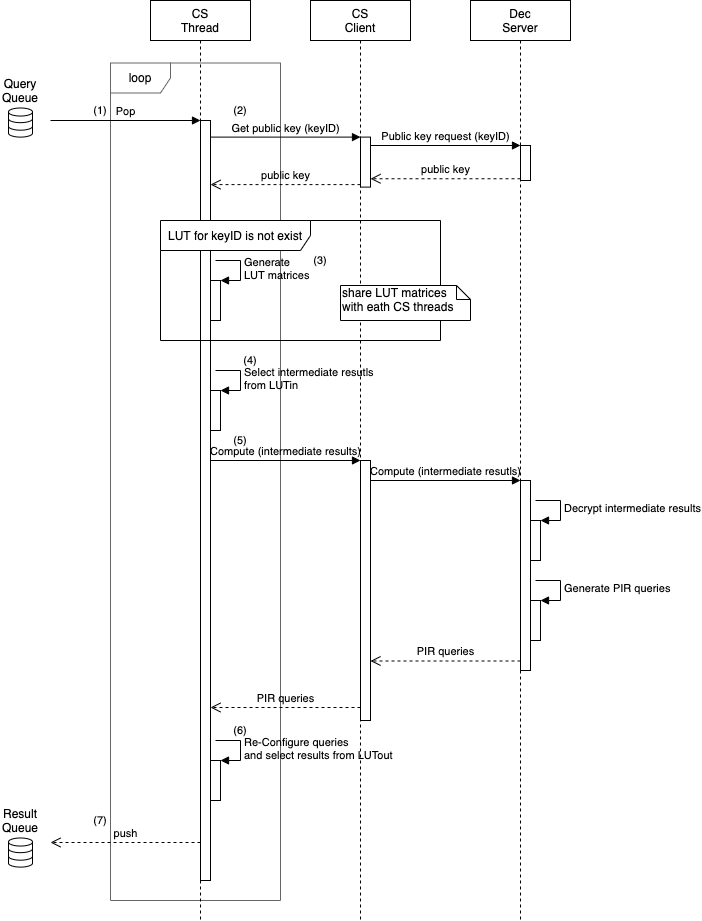
iihiro/FHE-Table-Search keeps this draw.io diagram as doc/spec-ja/source/images/fhetbl_design-seq-cs-02.png. Above is the earlier version. Source tidied: cells renumbered, new cells last; positions are measured from the earlier drawing's top-left corner, leaving out a move shared by most shapes. The source it was exported from:
```xml
<mxGraphModel>
  <root>
    <mxCell id="0" />
    <mxCell id="1" parent="0" />
    <mxCell id="2" value="loop" style="shape=umlFrame;whiteSpace=wrap;html=1;strokeColor=#666666;strokeWidth=1;fillColor=none;" parent="1" vertex="1">
      <mxGeometry x="110" y="62.5" width="170" height="837.5" as="geometry" />
    </mxCell>
    <mxCell id="3" value="CS&lt;br&gt;Thread" style="shape=umlLifeline;perimeter=lifelinePerimeter;whiteSpace=wrap;html=1;" parent="1" vertex="1">
      <mxGeometry x="150" width="100" height="920" as="geometry" />
    </mxCell>
    <mxCell id="4" value="CS&lt;br&gt;Client" style="shape=umlLifeline;perimeter=lifelinePerimeter;whiteSpace=wrap;html=1;" parent="1" vertex="1">
      <mxGeometry x="310" width="100" height="920" as="geometry" />
    </mxCell>
    <mxCell id="5" style="html=1;points=[];perimeter=orthogonalPerimeter;strokeColor=#000000;strokeWidth=1;" parent="4" vertex="1">
      <mxGeometry x="50" y="136.6" width="10" height="50" as="geometry" />
    </mxCell>
    <mxCell id="6" value="Dec&lt;br&gt;Server" style="shape=umlLifeline;perimeter=lifelinePerimeter;whiteSpace=wrap;html=1;" parent="1" vertex="1">
      <mxGeometry x="470" width="100" height="920" as="geometry" />
    </mxCell>
    <mxCell id="7" style="html=1;points=[];perimeter=orthogonalPerimeter;" parent="6" vertex="1">
      <mxGeometry x="50" y="480" width="10" height="190" as="geometry" />
    </mxCell>
    <mxCell id="8" style="html=1;points=[];perimeter=orthogonalPerimeter;" parent="1" vertex="1">
      <mxGeometry x="200" y="120" width="10" height="760" as="geometry" />
    </mxCell>
    <mxCell id="9" value="Pop" style="html=1;verticalAlign=bottom;endArrow=block;entryX=0;entryY=0;labelBackgroundColor=none;" parent="1" edge="1" target="8">
      <mxGeometry relative="1" as="geometry">
        <mxPoint x="50" y="120" as="sourcePoint" />
      </mxGeometry>
    </mxCell>
    <mxCell id="10" value="push" style="html=1;verticalAlign=bottom;endArrow=open;dashed=1;endSize=8;exitX=0;exitY=0.95;labelBackgroundColor=none;" parent="1" edge="1" source="8">
      <mxGeometry relative="1" as="geometry">
        <mxPoint x="50" y="842" as="targetPoint" />
      </mxGeometry>
    </mxCell>
    <mxCell id="11" style="html=1;points=[];perimeter=orthogonalPerimeter;" parent="1" vertex="1">
      <mxGeometry x="520" y="145" width="10" height="35" as="geometry" />
    </mxCell>
    <mxCell id="12" value="Public key request (keyID)" style="html=1;verticalAlign=bottom;endArrow=block;entryX=0;entryY=0;labelBackgroundColor=none;" parent="1" edge="1" source="5" target="11">
      <mxGeometry relative="1" as="geometry" />
    </mxCell>
    <mxCell id="13" value="public key" style="html=1;verticalAlign=bottom;endArrow=open;dashed=1;endSize=8;exitX=0;exitY=0.95;labelBackgroundColor=none;" parent="1" edge="1" source="11" target="5">
      <mxGeometry relative="1" as="geometry" />
    </mxCell>
    <mxCell id="14" value="LUT for keyID is not exist" style="shape=umlFrame;whiteSpace=wrap;html=1;width=150;height=30;" parent="1" vertex="1">
      <mxGeometry x="160" y="220" width="280" height="120" as="geometry" />
    </mxCell>
    <mxCell id="15" style="html=1;points=[];perimeter=orthogonalPerimeter;" parent="1" vertex="1">
      <mxGeometry x="210" y="280" width="10" height="40" as="geometry" />
    </mxCell>
    <mxCell id="16" value="Generate&lt;br&gt;LUT matrices" style="edgeStyle=orthogonalEdgeStyle;html=1;align=left;spacingLeft=2;endArrow=block;rounded=0;entryX=1;entryY=0;labelBackgroundColor=none;" parent="1" edge="1" target="15">
      <mxGeometry relative="1" as="geometry">
        <mxPoint x="215" y="260" as="sourcePoint" />
        <Array as="points">
          <mxPoint x="240" y="260" />
        </Array>
      </mxGeometry>
    </mxCell>
    <mxCell id="17" style="html=1;points=[];perimeter=orthogonalPerimeter;" parent="1" vertex="1">
      <mxGeometry x="210" y="390" width="10" height="40" as="geometry" />
    </mxCell>
    <mxCell id="18" value="Select intermediate resutls&lt;br&gt;from LUTin" style="edgeStyle=orthogonalEdgeStyle;html=1;align=left;spacingLeft=2;endArrow=block;rounded=0;entryX=1;entryY=0;labelBackgroundColor=none;" parent="1" edge="1" target="17">
      <mxGeometry relative="1" as="geometry">
        <mxPoint x="215" y="370" as="sourcePoint" />
        <Array as="points">
          <mxPoint x="240" y="370" />
        </Array>
      </mxGeometry>
    </mxCell>
    <mxCell id="19" style="html=1;points=[];perimeter=orthogonalPerimeter;" parent="1" vertex="1">
      <mxGeometry x="360" y="460" width="10" height="260" as="geometry" />
    </mxCell>
    <mxCell id="20" value="Compute (intermediate results)" style="html=1;verticalAlign=bottom;endArrow=block;entryX=0;entryY=0;labelBackgroundColor=none;" parent="1" edge="1" source="8" target="19">
      <mxGeometry relative="1" as="geometry" />
    </mxCell>
    <mxCell id="21" value="PIR queries" style="html=1;verticalAlign=bottom;endArrow=open;dashed=1;endSize=8;exitX=0;exitY=0.95;labelBackgroundColor=none;" parent="1" edge="1" source="19" target="8">
      <mxGeometry relative="1" as="geometry" />
    </mxCell>
    <mxCell id="22" value="Compute (intermediate resutls)" style="html=1;verticalAlign=bottom;endArrow=block;entryX=0;entryY=0;labelBackgroundColor=none;" parent="1" edge="1" source="19" target="7">
      <mxGeometry relative="1" as="geometry" />
    </mxCell>
    <mxCell id="23" style="html=1;points=[];perimeter=orthogonalPerimeter;" parent="1" vertex="1">
      <mxGeometry x="530" y="520" width="10" height="40" as="geometry" />
    </mxCell>
    <mxCell id="24" value="Decrypt intermediate results" style="edgeStyle=orthogonalEdgeStyle;html=1;align=left;spacingLeft=2;endArrow=block;rounded=0;entryX=1;entryY=0;labelBackgroundColor=none;" parent="1" edge="1" target="23">
      <mxGeometry relative="1" as="geometry">
        <mxPoint x="535" y="500" as="sourcePoint" />
        <Array as="points">
          <mxPoint x="560" y="500" />
        </Array>
      </mxGeometry>
    </mxCell>
    <mxCell id="25" style="html=1;points=[];perimeter=orthogonalPerimeter;" parent="1" vertex="1">
      <mxGeometry x="530" y="600" width="10" height="40" as="geometry" />
    </mxCell>
    <mxCell id="26" value="Generate PIR queries" style="edgeStyle=orthogonalEdgeStyle;html=1;align=left;spacingLeft=2;endArrow=block;rounded=0;entryX=1;entryY=0;labelBackgroundColor=none;" parent="1" edge="1" target="25">
      <mxGeometry relative="1" as="geometry">
        <mxPoint x="535" y="580" as="sourcePoint" />
        <Array as="points">
          <mxPoint x="560" y="580" />
        </Array>
      </mxGeometry>
    </mxCell>
    <mxCell id="27" value="PIR queries" style="html=1;verticalAlign=bottom;endArrow=open;dashed=1;endSize=8;exitX=0;exitY=0.95;labelBackgroundColor=none;" parent="1" edge="1" source="7" target="19">
      <mxGeometry relative="1" as="geometry" />
    </mxCell>
    <mxCell id="28" style="html=1;points=[];perimeter=orthogonalPerimeter;" parent="1" vertex="1">
      <mxGeometry x="210" y="760" width="10" height="40" as="geometry" />
    </mxCell>
    <mxCell id="29" value="Re-Configure queries&lt;br&gt;and select results from LUTout" style="edgeStyle=orthogonalEdgeStyle;html=1;align=left;spacingLeft=2;endArrow=block;rounded=0;entryX=1;entryY=0;labelBackgroundColor=none;" parent="1" edge="1" target="28">
      <mxGeometry relative="1" as="geometry">
        <mxPoint x="215" y="740" as="sourcePoint" />
        <Array as="points">
          <mxPoint x="240" y="740" />
        </Array>
      </mxGeometry>
    </mxCell>
    <mxCell id="30" style="html=1;verticalLabelPosition=bottom;align=center;labelBackgroundColor=#ffffff;verticalAlign=top;strokeWidth=1;strokeColor=#000000;shadow=0;dashed=0;shape=mxgraph.ios7.icons.data;" parent="1" vertex="1">
      <mxGeometry x="8" y="107.5" width="24" height="29.1" as="geometry" />
    </mxCell>
    <mxCell id="31" value="Query Queue" style="text;html=1;strokeColor=none;fillColor=none;align=center;verticalAlign=middle;whiteSpace=wrap;rounded=0;" parent="1" vertex="1">
      <mxGeometry y="80" width="40" height="20" as="geometry" />
    </mxCell>
    <mxCell id="32" value="public key" style="html=1;verticalAlign=bottom;endArrow=open;dashed=1;endSize=8;exitX=0;exitY=0.95;labelBackgroundColor=none;" parent="1" edge="1" source="5" target="8">
      <mxGeometry relative="1" as="geometry" />
    </mxCell>
    <mxCell id="33" value="Get public key (keyID)" style="html=1;verticalAlign=bottom;endArrow=block;entryX=0;entryY=0;labelBackgroundColor=none;" parent="1" edge="1" source="8" target="5">
      <mxGeometry relative="1" as="geometry" />
    </mxCell>
    <mxCell id="34" value="share LUT matrices with eath CS threads" style="shape=note;whiteSpace=wrap;html=1;size=14;verticalAlign=top;align=left;spacingTop=-6;strokeColor=#000000;strokeWidth=1;" parent="1" vertex="1">
      <mxGeometry x="340" y="285" width="130" height="35" as="geometry" />
    </mxCell>
    <mxCell id="35" style="html=1;verticalLabelPosition=bottom;align=center;labelBackgroundColor=#ffffff;verticalAlign=top;strokeWidth=1;strokeColor=#000000;shadow=0;dashed=0;shape=mxgraph.ios7.icons.data;" parent="1" vertex="1">
      <mxGeometry x="8" y="837.5" width="24" height="29.1" as="geometry" />
    </mxCell>
    <mxCell id="36" value="Result Queue" style="text;html=1;strokeColor=none;fillColor=none;align=center;verticalAlign=middle;whiteSpace=wrap;rounded=0;" parent="1" vertex="1">
      <mxGeometry y="810" width="40" height="20" as="geometry" />
    </mxCell>
    <mxCell id="37" value="(1)" style="text;html=1;strokeColor=none;fillColor=none;align=center;verticalAlign=middle;whiteSpace=wrap;rounded=0;fontSize=11;" parent="1" vertex="1">
      <mxGeometry x="80" y="100" width="40" height="20" as="geometry" />
    </mxCell>
    <mxCell id="38" value="(2)" style="text;html=1;strokeColor=none;fillColor=none;align=center;verticalAlign=middle;whiteSpace=wrap;rounded=0;fontSize=11;" parent="1" vertex="1">
      <mxGeometry x="220" y="100" width="40" height="20" as="geometry" />
    </mxCell>
    <mxCell id="39" value="(3)" style="text;html=1;strokeColor=none;fillColor=none;align=center;verticalAlign=middle;whiteSpace=wrap;rounded=0;fontSize=11;" parent="1" vertex="1">
      <mxGeometry x="300" y="250" width="40" height="20" as="geometry" />
    </mxCell>
    <mxCell id="40" value="(4)" style="text;html=1;strokeColor=none;fillColor=none;align=center;verticalAlign=middle;whiteSpace=wrap;rounded=0;fontSize=11;" parent="1" vertex="1">
      <mxGeometry x="230" y="350" width="40" height="20" as="geometry" />
    </mxCell>
    <mxCell id="41" value="(5)" style="text;html=1;strokeColor=none;fillColor=none;align=center;verticalAlign=middle;whiteSpace=wrap;rounded=0;fontSize=11;" parent="1" vertex="1">
      <mxGeometry x="220" y="430" width="40" height="20" as="geometry" />
    </mxCell>
    <mxCell id="42" value="(6)" style="text;html=1;strokeColor=none;fillColor=none;align=center;verticalAlign=middle;whiteSpace=wrap;rounded=0;fontSize=11;" parent="1" vertex="1">
      <mxGeometry x="220" y="720" width="40" height="20" as="geometry" />
    </mxCell>
    <mxCell id="43" value="(7)" style="text;html=1;strokeColor=none;fillColor=none;align=center;verticalAlign=middle;whiteSpace=wrap;rounded=0;fontSize=11;" parent="1" vertex="1">
      <mxGeometry x="80" y="810" width="40" height="20" as="geometry" />
    </mxCell>
  </root>
</mxGraphModel>
```
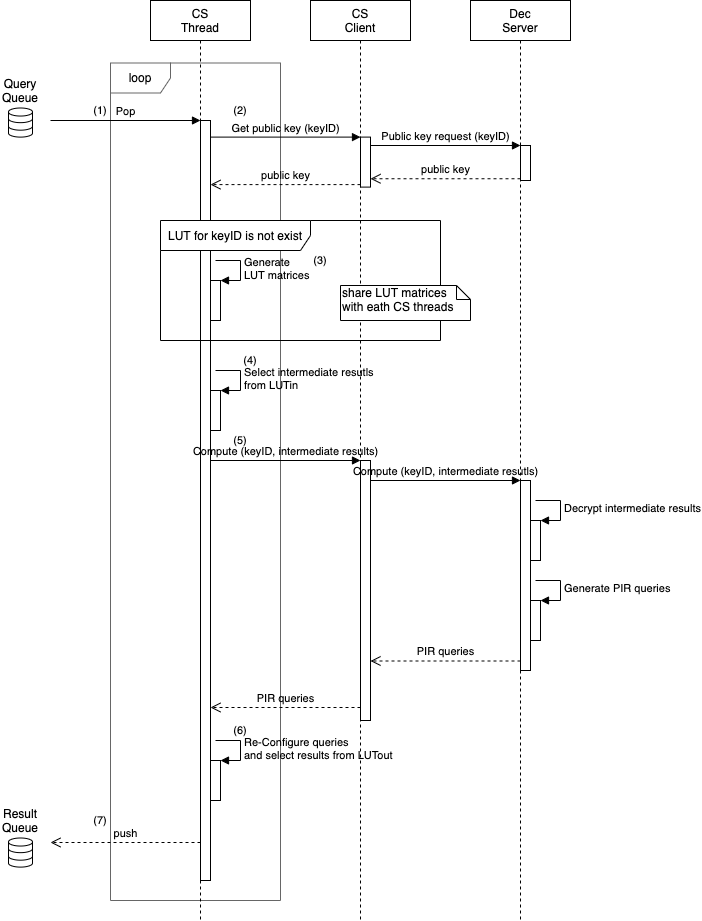
Above is the later version.

The edit, as a diff of the source:
```diff
@@ -70,13 +70,13 @@
     <mxCell id="19" style="html=1;points=[];perimeter=orthogonalPerimeter;" parent="1" vertex="1">
       <mxGeometry x="360" y="460" width="10" height="260" as="geometry" />
     </mxCell>
-    <mxCell id="20" value="Compute (intermediate results)" style="html=1;verticalAlign=bottom;endArrow=block;entryX=0;entryY=0;labelBackgroundColor=none;" parent="1" edge="1" source="8" target="19">
+    <mxCell id="20" value="Compute (keyID, intermediate results)" style="html=1;verticalAlign=bottom;endArrow=block;entryX=0;entryY=0;labelBackgroundColor=none;" parent="1" edge="1" source="8" target="19">
       <mxGeometry relative="1" as="geometry" />
     </mxCell>
     <mxCell id="21" value="PIR queries" style="html=1;verticalAlign=bottom;endArrow=open;dashed=1;endSize=8;exitX=0;exitY=0.95;labelBackgroundColor=none;" parent="1" edge="1" source="19" target="8">
       <mxGeometry relative="1" as="geometry" />
     </mxCell>
-    <mxCell id="22" value="Compute (intermediate resutls)" style="html=1;verticalAlign=bottom;endArrow=block;entryX=0;entryY=0;labelBackgroundColor=none;" parent="1" edge="1" source="19" target="7">
+    <mxCell id="22" value="Compute (keyID, intermediate resutls)" style="html=1;verticalAlign=bottom;endArrow=block;entryX=0;entryY=0;labelBackgroundColor=none;" parent="1" edge="1" source="19" target="7">
       <mxGeometry relative="1" as="geometry" />
     </mxCell>
     <mxCell id="23" style="html=1;points=[];perimeter=orthogonalPerimeter;" parent="1" vertex="1">
```
